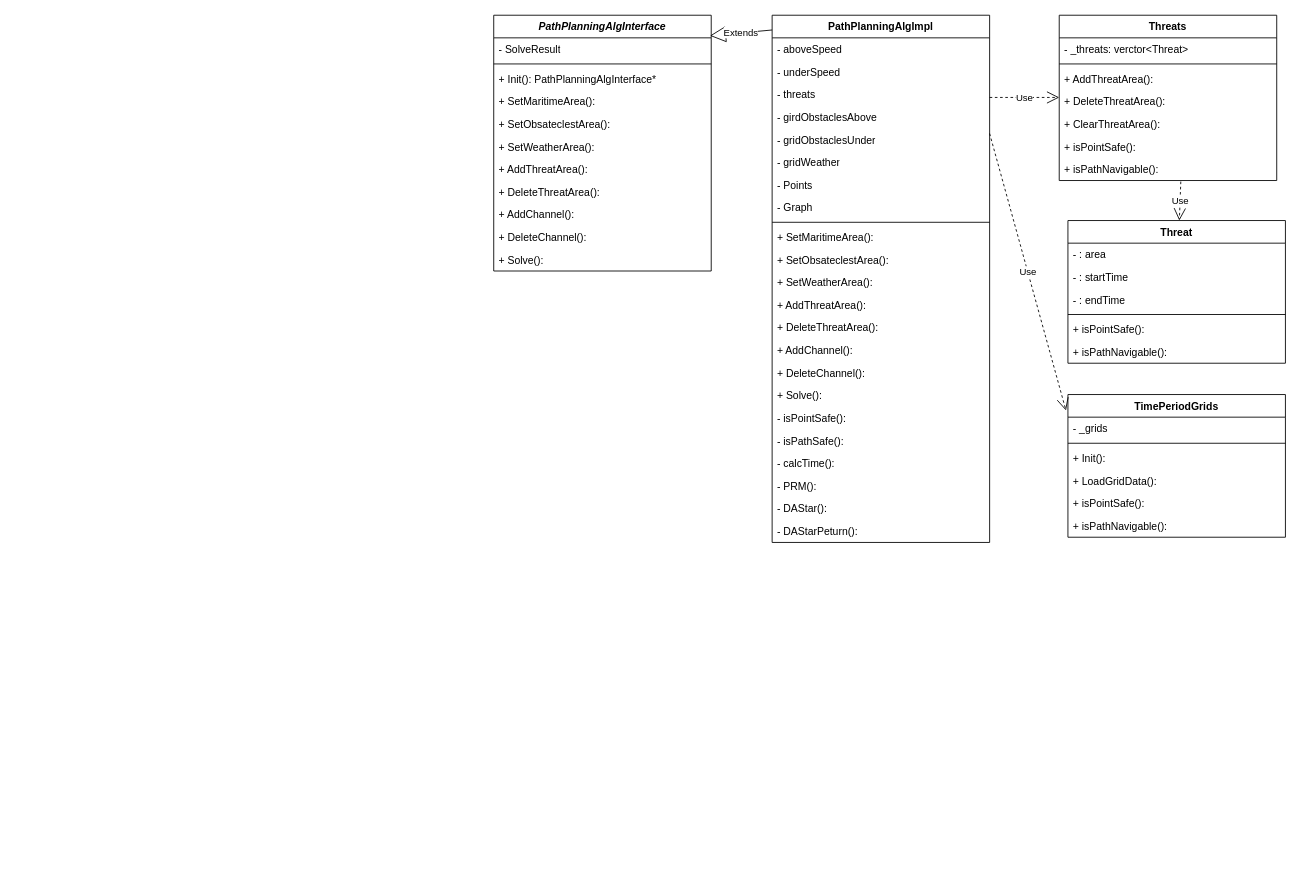
Chaoticsteven/MS keeps this draw.io diagram as 未命名绘图.drawio. Above is the earlier version. Source tidied: cells renumbered, new cells numbered last; positions are measured from the earlier drawing's top-left corner, leaving out a move shared by most shapes. Both pictures are drawn from the tidied source at 87%, with x=0, y=0 at pixel (493, 15).
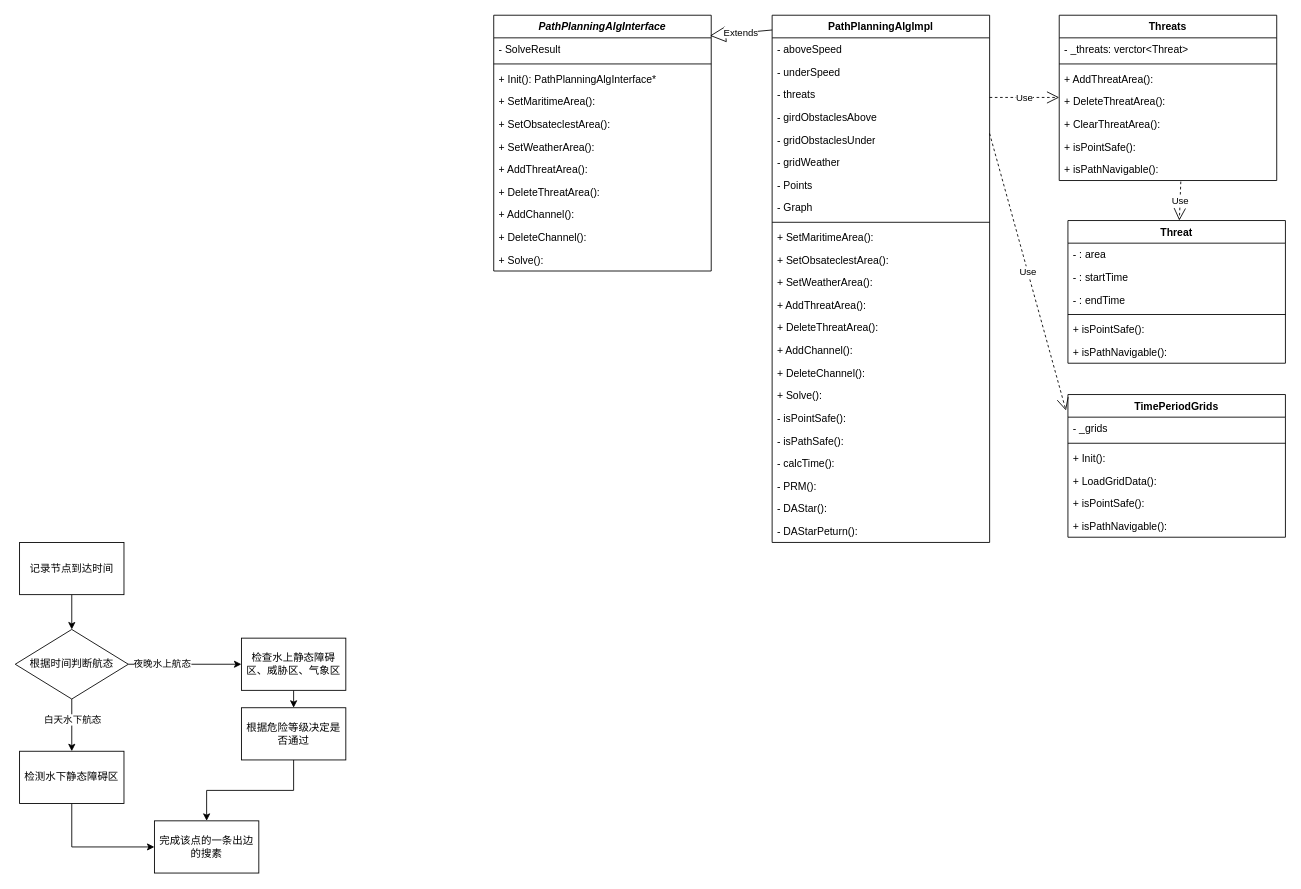
The same diagram, later.

Commit message:
更新未命名绘图.drawio

The edit, as a diff of the source:
```diff
@@
+    <mxCell id="64" style="edgeStyle=orthogonalEdgeStyle;rounded=0;jettySize=auto;html=1;" parent="1" edge="1" source="65" target="70">
+      <mxGeometry relative="1" as="geometry" />
+    </mxCell>
+    <mxCell id="65" value="记录节点到达时间" style="rounded=0;whiteSpace=wrap;html=1;" parent="1" vertex="1">
+      <mxGeometry x="-545" y="606" width="120" height="60" as="geometry" />
+    </mxCell>
+    <mxCell id="66" style="edgeStyle=orthogonalEdgeStyle;rounded=0;jettySize=auto;html=1;exitX=0.5;exitY=1;exitDx=0;exitDy=0;" parent="1" edge="1" source="70" target="72">
+      <mxGeometry relative="1" as="geometry" />
+    </mxCell>
+    <mxCell id="67" value="白天水下航态" style="edgeLabel;html=1;align=center;verticalAlign=middle;" parent="66" vertex="1">
+      <mxGeometry x="-0.24" relative="1" as="geometry" />
+    </mxCell>
+    <mxCell id="68" style="edgeStyle=orthogonalEdgeStyle;rounded=0;jettySize=auto;html=1;exitX=1;exitY=0.5;exitDx=0;exitDy=0;entryX=0;entryY=0.5;entryDx=0;entryDy=0;" parent="1" edge="1" source="70" target="74">
+      <mxGeometry relative="1" as="geometry" />
+    </mxCell>
+    <mxCell id="69" value="夜晚水上航态" style="edgeLabel;html=1;align=center;verticalAlign=middle;" parent="68" vertex="1">
+      <mxGeometry x="-0.42" y="1" relative="1" as="geometry" />
+    </mxCell>
+    <mxCell id="70" value="根据时间判断航态" style="rhombus;whiteSpace=wrap;html=1;" parent="1" vertex="1">
+      <mxGeometry x="-550" y="706" width="130" height="80" as="geometry" />
+    </mxCell>
+    <mxCell id="71" style="edgeStyle=orthogonalEdgeStyle;rounded=0;jettySize=auto;html=1;exitX=0.5;exitY=1;exitDx=0;exitDy=0;entryX=0;entryY=0.5;entryDx=0;entryDy=0;" parent="1" edge="1" source="72" target="77">
+      <mxGeometry relative="1" as="geometry" />
+    </mxCell>
+    <mxCell id="72" value="检测水下静态障碍区" style="rounded=0;whiteSpace=wrap;html=1;" parent="1" vertex="1">
+      <mxGeometry x="-545" y="846" width="120" height="60" as="geometry" />
+    </mxCell>
+    <mxCell id="73" style="edgeStyle=orthogonalEdgeStyle;rounded=0;jettySize=auto;html=1;exitX=0.5;exitY=1;exitDx=0;exitDy=0;entryX=0.5;entryY=0;entryDx=0;entryDy=0;" parent="1" edge="1" source="74" target="76">
+      <mxGeometry relative="1" as="geometry" />
+    </mxCell>
+    <mxCell id="74" value="检查水上静态障碍区、威胁区、气象区" style="rounded=0;whiteSpace=wrap;html=1;" parent="1" vertex="1">
+      <mxGeometry x="-290" y="716" width="120" height="60" as="geometry" />
+    </mxCell>
+    <mxCell id="75" style="edgeStyle=orthogonalEdgeStyle;rounded=0;jettySize=auto;html=1;exitX=0.5;exitY=1;exitDx=0;exitDy=0;entryX=0.5;entryY=0;entryDx=0;entryDy=0;" parent="1" edge="1" source="76" target="77">
+      <mxGeometry relative="1" as="geometry" />
+    </mxCell>
+    <mxCell id="76" value="根据危险等级决定是否通过" style="rounded=0;whiteSpace=wrap;html=1;" parent="1" vertex="1">
+      <mxGeometry x="-290" y="796" width="120" height="60" as="geometry" />
+    </mxCell>
+    <mxCell id="77" value="完成该点的一条出边的搜素" style="rounded=0;whiteSpace=wrap;html=1;" parent="1" vertex="1">
+      <mxGeometry x="-390" y="926" width="120" height="60" as="geometry" />
+    </mxCell>
```
